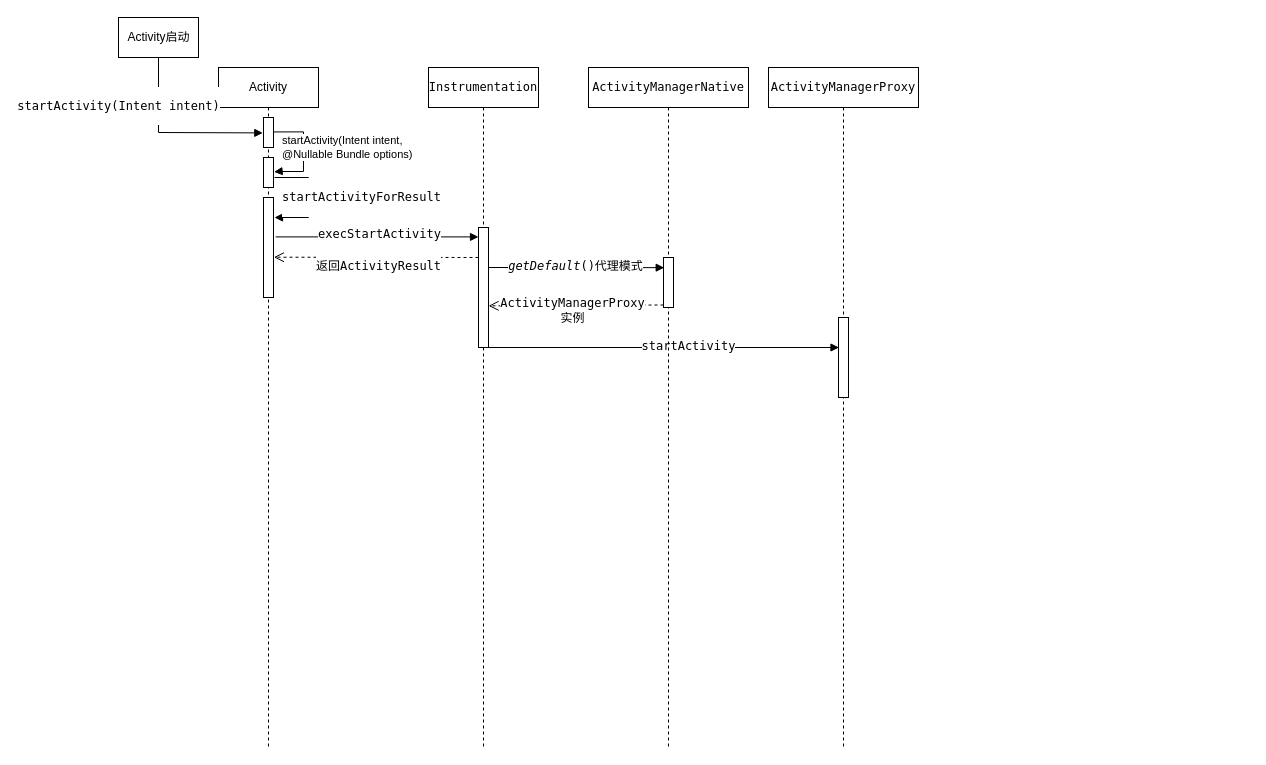
Earlier version of the draw.io diagram android大杂烩.drawio (MUtopia2747/chart). Source tidied: cells renumbered, new cells numbered last; positions are measured from the earlier drawing's top-left corner, leaving out a move shared by most shapes. Both pictures are drawn from the tidied source at 100%, with x=0, y=0 at pixel (118, 17).
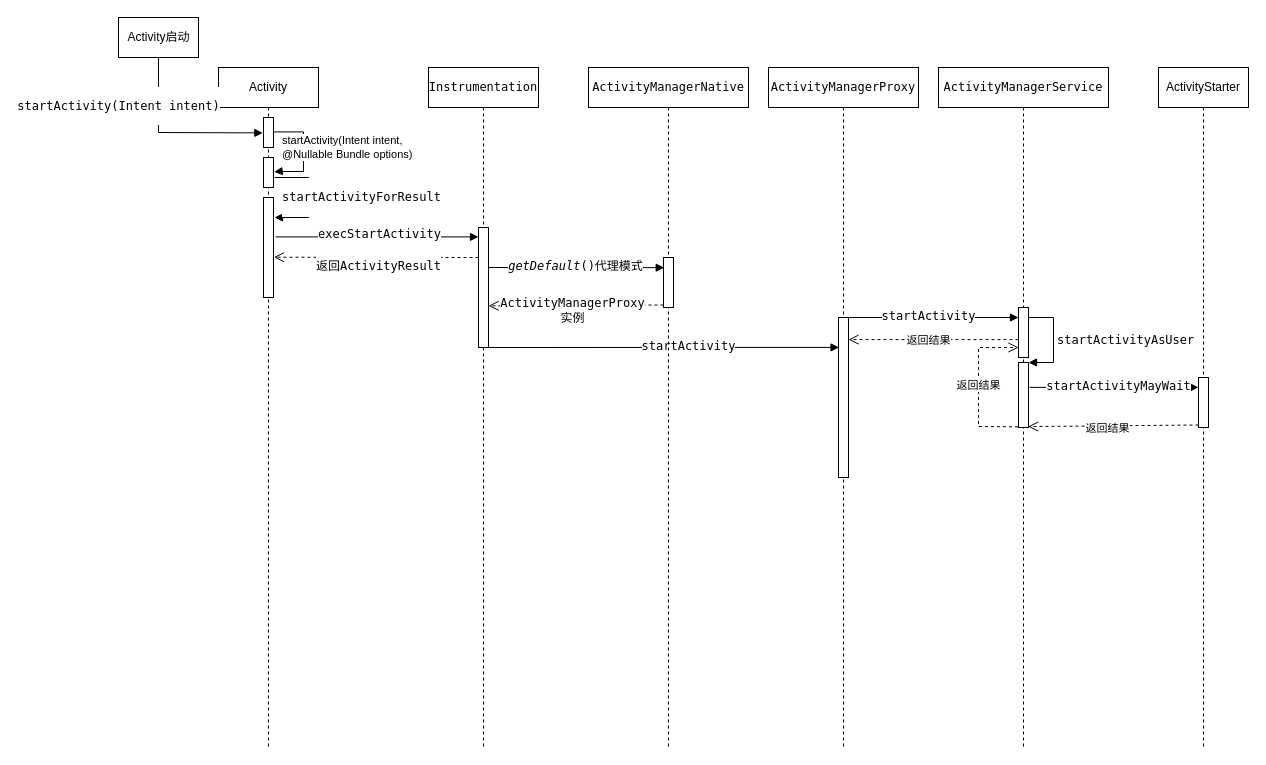
Above is the later version.

Commit message:
更新android大杂烩.drawio

Unchanged cells that the change refers to:
```xml
<mxCell id="10" value="&lt;pre style=&quot;background-color: rgb(255, 255, 255); font-family: &amp;quot;DejaVu Sans Mono&amp;quot;, monospace; font-size: 9pt;&quot;&gt;Instrumentation&lt;/pre&gt;" style="shape=umlLifeline;perimeter=lifelinePerimeter;whiteSpace=wrap;html=1;" parent="1" vertex="1">
  <mxGeometry x="310" y="50" width="110" height="680" as="geometry" />
</mxCell>
<mxCell id="18" value="&lt;span style=&quot;font-family: &amp;quot;DejaVu Sans Mono&amp;quot;, monospace; background-color: rgb(255, 255, 255);&quot;&gt;ActivityManagerProxy&lt;/span&gt;&lt;br style=&quot;font-family: &amp;quot;DejaVu Sans Mono&amp;quot;, monospace; background-color: rgb(255, 255, 255);&quot;&gt;" style="shape=umlLifeline;perimeter=lifelinePerimeter;whiteSpace=wrap;html=1;" parent="1" vertex="1">
  <mxGeometry x="650" y="50" width="150" height="680" as="geometry" />
</mxCell>
```

The edit, as a diff of the source:
```diff
@@
-    <mxCell id="12" value="&lt;pre style=&quot;font-family: &amp;quot;DejaVu Sans Mono&amp;quot;, monospace; font-size: 9pt;&quot;&gt;startActivity&lt;/pre&gt;" style="html=1;verticalAlign=bottom;endArrow=block;rounded=0;entryX=0.05;entryY=0.375;entryDx=0;entryDy=0;entryPerimeter=0;" parent="10" edge="1" target="19">
+    <mxCell id="12" value="&lt;pre style=&quot;font-family: &amp;quot;DejaVu Sans Mono&amp;quot;, monospace; font-size: 9pt;&quot;&gt;startActivity&lt;/pre&gt;" style="html=1;verticalAlign=bottom;endArrow=block;rounded=0;entryX=0.056;entryY=0.187;entryDx=0;entryDy=0;entryPerimeter=0;" parent="10" edge="1" target="19">
       <mxGeometry x="0.14" y="-20" relative="1" as="geometry">
         <mxPoint x="60" y="280" as="sourcePoint" />
       </mxGeometry>
     </mxCell>
@@
     <mxCell id="19" style="html=1;points=[];perimeter=orthogonalPerimeter;" parent="18" vertex="1">
-      <mxGeometry x="70" y="250" width="10" height="80" as="geometry" />
+      <mxGeometry x="70" y="250" width="10" height="160" as="geometry" />
     </mxCell>
+    <mxCell id="21" value="&lt;pre style=&quot;font-family: &amp;quot;DejaVu Sans Mono&amp;quot;, monospace; font-size: 9pt;&quot;&gt;startActivity&lt;/pre&gt;" style="html=1;verticalAlign=bottom;endArrow=block;rounded=0;" parent="18" edge="1" target="23">
+      <mxGeometry x="-0.06" y="-20" relative="1" as="geometry">
+        <mxPoint x="80" y="250" as="sourcePoint" />
+      </mxGeometry>
+    </mxCell>
@@
+    <mxCell id="22" value="&lt;pre style=&quot;background-color: rgb(255, 255, 255); font-family: &amp;quot;DejaVu Sans Mono&amp;quot;, monospace; font-size: 9pt;&quot;&gt;ActivityManagerService&lt;/pre&gt;" style="shape=umlLifeline;perimeter=lifelinePerimeter;whiteSpace=wrap;html=1;" parent="1" vertex="1">
+      <mxGeometry x="820" y="50" width="170" height="680" as="geometry" />
+    </mxCell>
+    <mxCell id="23" style="html=1;points=[];perimeter=orthogonalPerimeter;" parent="22" vertex="1">
+      <mxGeometry x="80" y="240" width="10" height="50" as="geometry" />
+    </mxCell>
+    <mxCell id="24" style="html=1;points=[];perimeter=orthogonalPerimeter;" parent="22" vertex="1">
+      <mxGeometry x="80" y="295" width="10" height="65" as="geometry" />
+    </mxCell>
+    <mxCell id="25" value="&lt;pre style=&quot;font-family: &amp;quot;DejaVu Sans Mono&amp;quot;, monospace; font-size: 9pt;&quot;&gt;startActivityAsUser&lt;/pre&gt;" style="edgeStyle=orthogonalEdgeStyle;html=1;align=left;spacingLeft=2;endArrow=block;rounded=0;entryX=1;entryY=0;" parent="22" edge="1" target="24">
+      <mxGeometry relative="1" as="geometry">
+        <mxPoint x="90" y="250" as="sourcePoint" />
+        <Array as="points">
+          <mxPoint x="115" y="250" />
+        </Array>
+      </mxGeometry>
+    </mxCell>
+    <mxCell id="26" value="返回结果" style="html=1;verticalAlign=bottom;endArrow=open;dashed=1;endSize=8;rounded=0;exitX=-0.056;exitY=0.99;exitDx=0;exitDy=0;exitPerimeter=0;" parent="22" edge="1" source="24" target="23">
+      <mxGeometry x="-0.1" relative="1" as="geometry">
+        <Array as="points">
+          <mxPoint x="40" y="359" />
+          <mxPoint x="40" y="280" />
+        </Array>
+      </mxGeometry>
+    </mxCell>
+    <mxCell id="27" value="返回结果" style="html=1;verticalAlign=bottom;endArrow=open;dashed=1;endSize=8;rounded=0;exitX=0;exitY=0.642;exitDx=0;exitDy=0;exitPerimeter=0;entryX=1;entryY=0.138;entryDx=0;entryDy=0;entryPerimeter=0;" parent="1" edge="1" source="23" target="19">
+      <mxGeometry x="0.06" y="10" relative="1" as="geometry" />
+    </mxCell>
+    <mxCell id="28" value="ActivityStarter" style="shape=umlLifeline;perimeter=lifelinePerimeter;whiteSpace=wrap;html=1;" parent="1" vertex="1">
+      <mxGeometry x="1040" y="50" width="90" height="680" as="geometry" />
+    </mxCell>
+    <mxCell id="29" style="html=1;points=[];perimeter=orthogonalPerimeter;" parent="28" vertex="1">
+      <mxGeometry x="40" y="310" width="10" height="50" as="geometry" />
+    </mxCell>
+    <mxCell id="30" value="&lt;pre style=&quot;font-family: &amp;quot;DejaVu Sans Mono&amp;quot;, monospace; font-size: 9pt;&quot;&gt;startActivityMayWait&lt;/pre&gt;" style="html=1;verticalAlign=bottom;endArrow=block;rounded=0;exitX=1.111;exitY=0.383;exitDx=0;exitDy=0;exitPerimeter=0;" parent="1" edge="1" source="24" target="29">
+      <mxGeometry x="0.05" y="-20" relative="1" as="geometry" />
+    </mxCell>
+    <mxCell id="31" value="返回结果" style="html=1;verticalAlign=bottom;endArrow=open;dashed=1;endSize=8;exitX=0;exitY=0.95;rounded=0;entryX=0.96;entryY=0.986;entryDx=0;entryDy=0;entryPerimeter=0;" parent="1" edge="1" source="29" target="24">
+      <mxGeometry x="0.07" y="12" relative="1" as="geometry" />
+    </mxCell>
```
